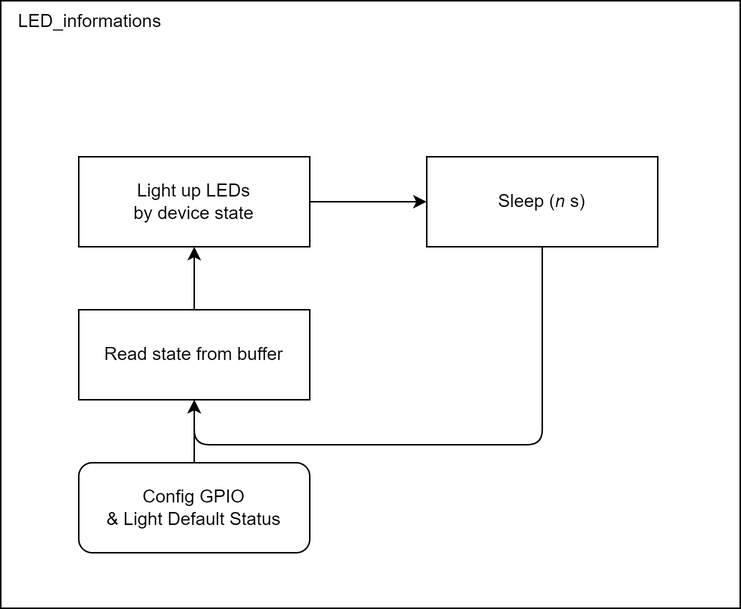
Above: schematic/05-sw-flow-running-non-SIL-LED-information.png in petrkucerak/diplom-thesis (draw.io), before the change. Source tidied: cells renumbered, new cells last; positions are measured from the earlier drawing's top-left corner, leaving out a move shared by most shapes.
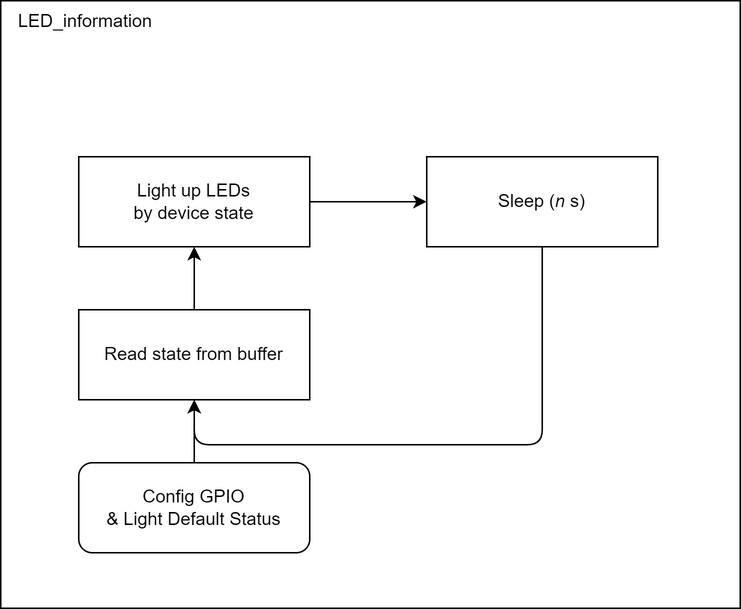
After the change.

The edit, as a diff of the source:
```diff
@@ -2,7 +2,7 @@
   <root>
     <mxCell id="0" />
     <mxCell id="1" parent="0" />
-    <mxCell id="2" value="&amp;nbsp; &amp;nbsp;LED_informations" style="rounded=0;whiteSpace=wrap;html=1;align=left;verticalAlign=top;" parent="1" vertex="1">
+    <mxCell id="2" value="&amp;nbsp; &amp;nbsp;LED_information" style="rounded=0;whiteSpace=wrap;html=1;align=left;verticalAlign=top;" parent="1" vertex="1">
       <mxGeometry width="493" height="405" as="geometry" />
     </mxCell>
     <mxCell id="3" style="edgeStyle=none;html=1;exitX=0.5;exitY=0;exitDx=0;exitDy=0;" parent="1" edge="1" source="4" target="6">
```
